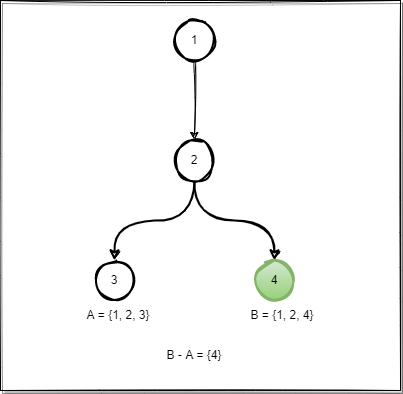
This is Assets/images/git-selectors-double-dot.png from braboj/tutorial-git, a draw.io export, as it was before one commit. Source tidied: cells renumbered, new cells last; positions are measured from the earlier drawing's top-left corner, leaving out a move shared by most shapes.
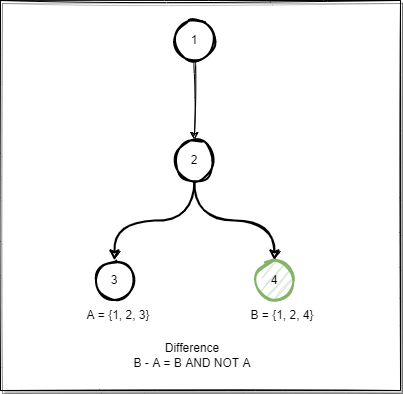
The same file after the commit.

Diff of the diagram source:
```diff
@@ -20,7 +20,7 @@
     <mxCell id="7" value="3" style="ellipse;whiteSpace=wrap;html=1;strokeWidth=2;sketch=1;" parent="1" vertex="1">
       <mxGeometry x="94" y="260" width="40" height="40" as="geometry" />
     </mxCell>
-    <mxCell id="8" value="4" style="ellipse;whiteSpace=wrap;html=1;strokeWidth=2;sketch=1;fillColor=#d5e8d4;gradientColor=#97d077;strokeColor=#82b366;" parent="1" vertex="1">
+    <mxCell id="8" value="4" style="ellipse;whiteSpace=wrap;html=1;strokeWidth=2;sketch=1;fillColor=#d5e8d4;strokeColor=#82b366;" parent="1" vertex="1">
       <mxGeometry x="254" y="260" width="40" height="40" as="geometry" />
     </mxCell>
     <mxCell id="9" value="1" style="ellipse;whiteSpace=wrap;html=1;strokeWidth=2;shadow=0;sketch=1;" parent="1" vertex="1">
@@ -32,8 +32,8 @@
     <mxCell id="11" value="A = {1, 2, 3}" style="text;html=1;strokeColor=none;fillColor=none;align=center;verticalAlign=middle;whiteSpace=wrap;rounded=0;sketch=1;" parent="1" vertex="1">
       <mxGeometry x="80" y="300" width="76" height="30" as="geometry" />
     </mxCell>
-    <mxCell id="12" value="B - A = {4}" style="text;html=1;strokeColor=none;fillColor=none;align=center;verticalAlign=middle;whiteSpace=wrap;rounded=0;sketch=1;" parent="1" vertex="1">
-      <mxGeometry x="164" y="340" width="60" height="30" as="geometry" />
+    <mxCell id="12" value="Difference&lt;br&gt;B - A = B AND NOT A" style="text;html=1;strokeColor=none;fillColor=none;align=center;verticalAlign=middle;whiteSpace=wrap;rounded=0;sketch=1;" parent="1" vertex="1">
+      <mxGeometry x="130" y="340" width="124" height="30" as="geometry" />
     </mxCell>
   </root>
 </mxGraphModel>
```
